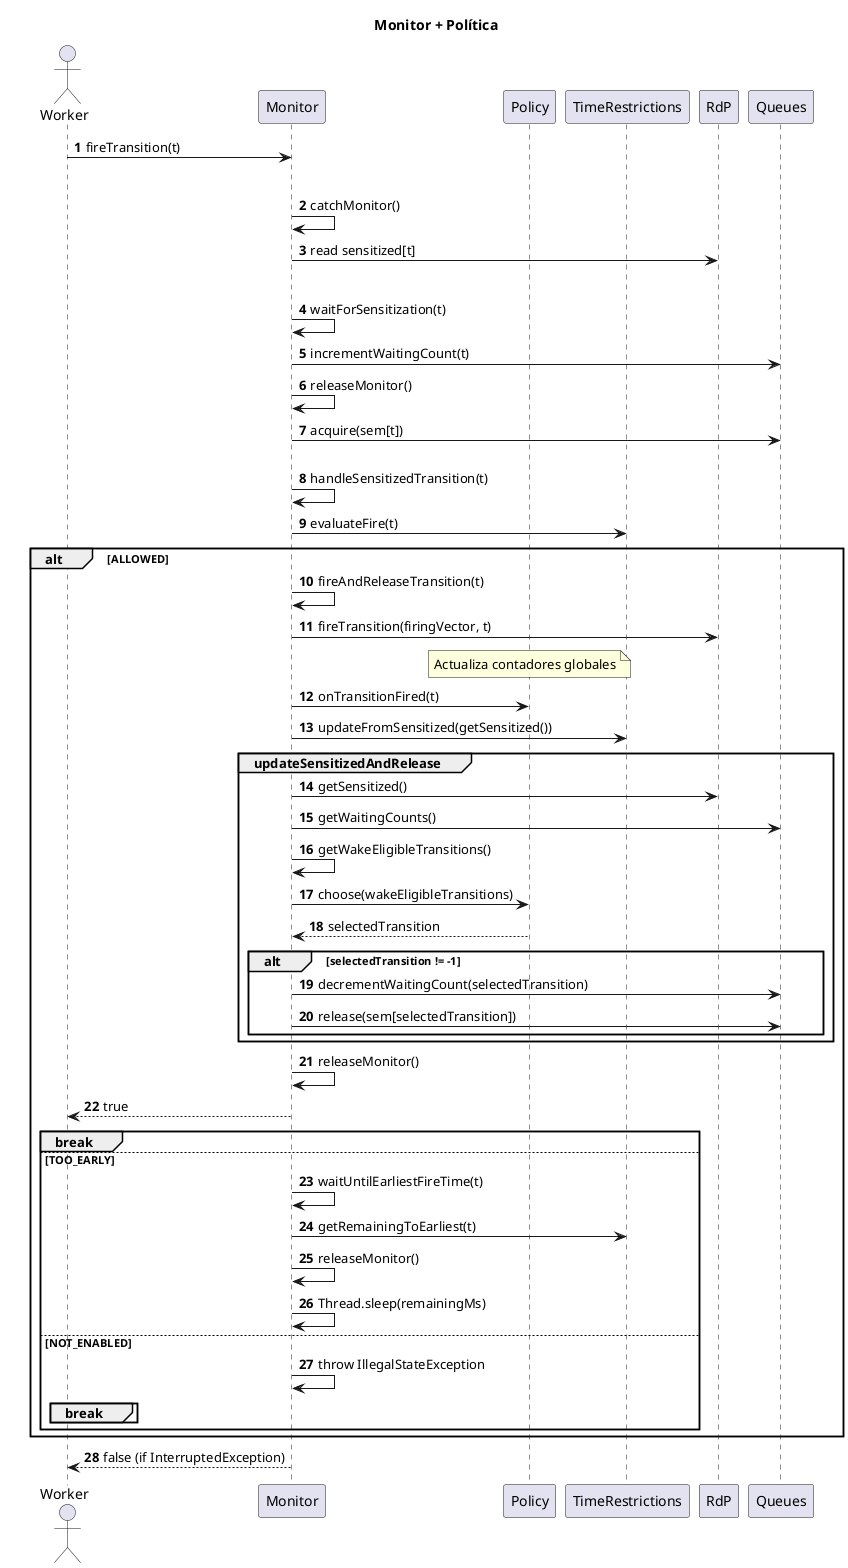
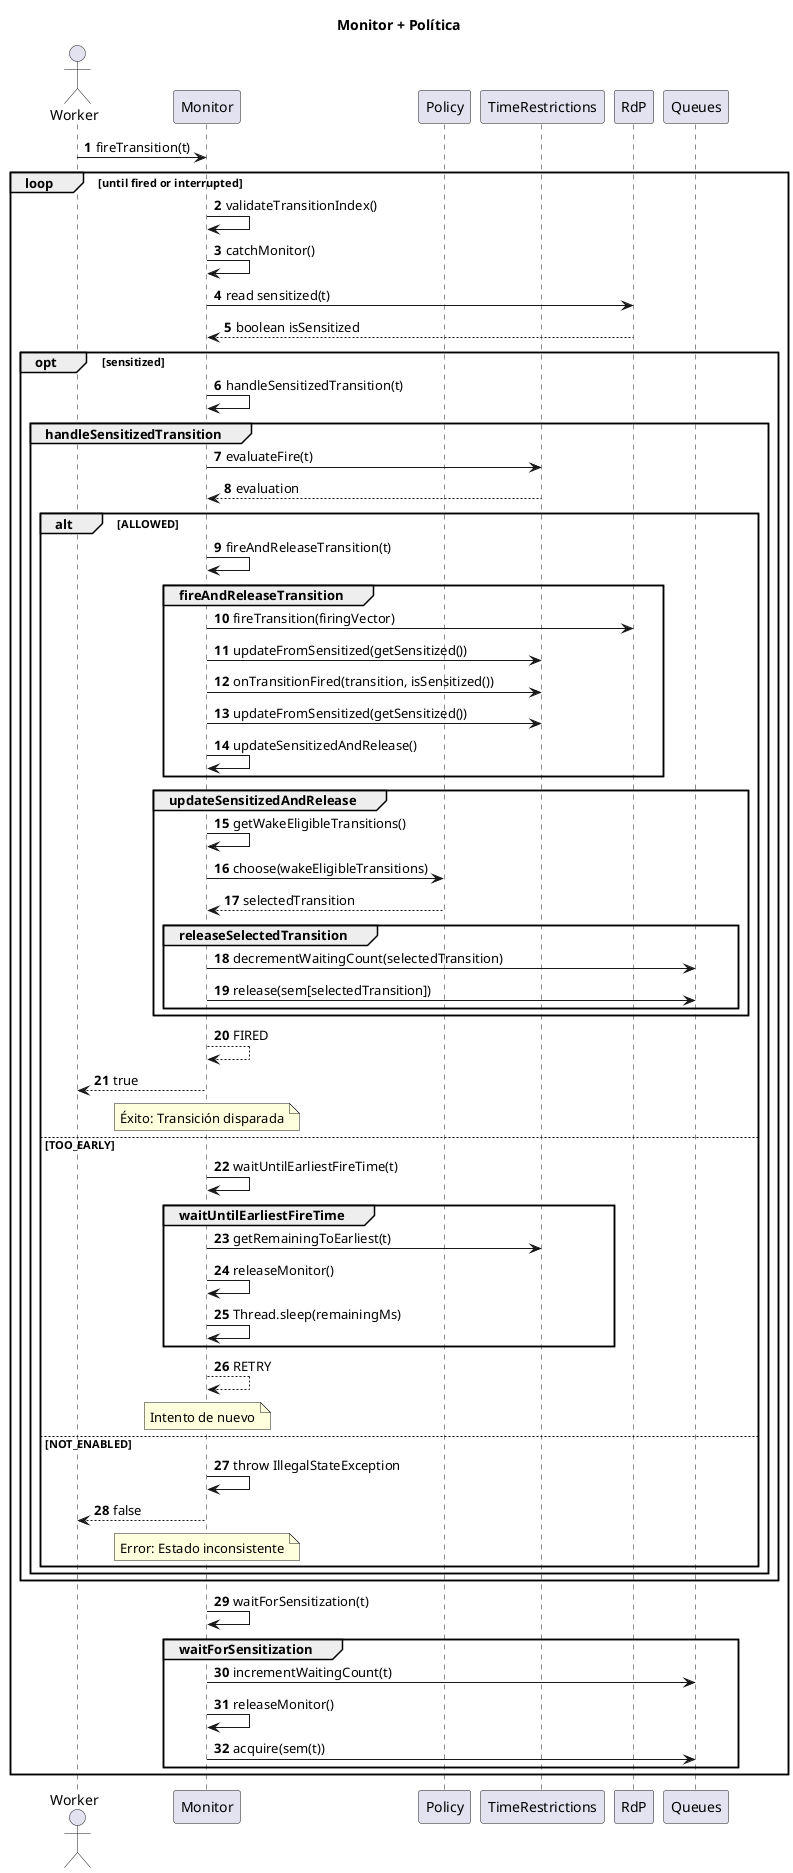
@startuml
title Monitor + Política

autonumber

actor "Worker" as W
participant "Monitor" as M
participant "Policy" as Pol
participant "TimeRestrictions" as T
participant "RdP" as R
participant "Queues" as Q

W -> M : fireTransition(t)

loop until fired or interrupted
+ 
+   M -> M : validateTransitionIndex()
  M -> M : catchMonitor()
-   M -> R : read sensitized[t]
+   M -> R : read sensitized(t)
+   R --> M : boolean isSensitized

-   alt not sensitized
-     M -> M : waitForSensitization(t)
-     M -> Q : incrementWaitingCount(t)
-     M -> M : releaseMonitor()
-     M -> Q : acquire(sem[t])
- 
-   else sensitized
+   opt sensitized
    M -> M : handleSensitizedTransition(t)
+     group handleSensitizedTransition
    M -> T : evaluateFire(t)
+     T --> M : evaluation

    alt ALLOWED
      M -> M : fireAndReleaseTransition(t)
-       M -> R : fireTransition(firingVector, t)

-       note over Pol: Actualiza contadores globales
-       M -> Pol : onTransitionFired(t)
- 
+       group fireAndReleaseTransition
+       M -> R : fireTransition(firingVector)
      M -> T : updateFromSensitized(getSensitized())
+       M -> T : onTransitionFired(transition, isSensitized())
+       M -> T : updateFromSensitized(getSensitized())
+       M -> M : updateSensitizedAndRelease()
+       end

      group updateSensitizedAndRelease
-         M -> R : getSensitized()
-         M -> Q : getWaitingCounts()
        M -> M : getWakeEligibleTransitions()

        M -> Pol : choose(wakeEligibleTransitions)
        Pol --> M : selectedTransition

-         alt selectedTransition != -1
+         group releaseSelectedTransition
            M -> Q : decrementWaitingCount(selectedTransition)
            M -> Q : release(sem[selectedTransition])
        end
-       end
+       end ' <-- FALTABA ESTE END PARA EL GROUP

-       M -> M : releaseMonitor()
+       M --> M : FIRED
      M --> W : true
-       break
+ 
+       note over M: Éxito: Transición disparada

    else TOO_EARLY
      M -> M : waitUntilEarliestFireTime(t)
+       group waitUntilEarliestFireTime
      M -> T : getRemainingToEarliest(t)
+ 
      M -> M : releaseMonitor()
      M -> M : Thread.sleep(remainingMs)
+       end
+       M --> M : RETRY
+       note over M: Intento de nuevo
+ 

    else NOT_ENABLED
      M -> M : throw IllegalStateException
-       break
+       M --> W : false
+       note over M: Error: Estado inconsistente
    end
  end
end
+     M -> M : waitForSensitization(t)
+     group waitForSensitization
+     M -> Q : incrementWaitingCount(t)
+     M -> M : releaseMonitor()
+     M -> Q : acquire(sem(t))
+     end
+ end

- M --> W : false (if InterruptedException)
- 
- @enduml
+ @enduml